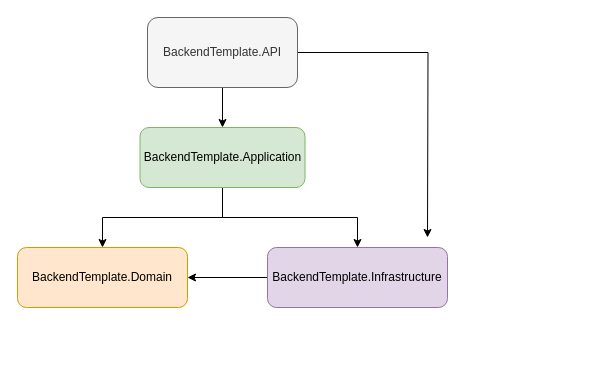
This is dependencyDiagram.drawio from CristianFlaviu/BackendTemplate, a draw.io file, before an edit. Source tidied: cells renumbered, new cells numbered last; positions are measured from the earlier drawing's top-left corner, leaving out a move shared by most shapes. Both pictures are drawn from the tidied source at 100%, with x=0, y=0 at pixel (17, 17).
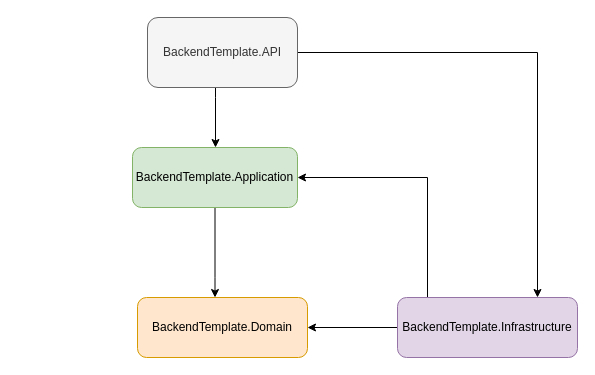
The same diagram, later.

The edit, as a diff of the source:
```diff
@@
 <mxGraphModel>
   <root>
     <mxCell id="0" />
     <mxCell id="1" parent="0" />
     <mxCell id="2" style="edgeStyle=orthogonalEdgeStyle;rounded=0;jettySize=auto;html=1;" parent="1" edge="1" source="4" target="7">
-      <mxGeometry relative="1" as="geometry" />
+      <mxGeometry relative="1" as="geometry">
+        <Array as="points">
+          <mxPoint x="198" y="80" />
+          <mxPoint x="198" y="80" />
+        </Array>
+      </mxGeometry>
     </mxCell>
-    <mxCell id="3" style="edgeStyle=orthogonalEdgeStyle;rounded=0;jettySize=auto;html=1;" parent="1" edge="1" source="4">
+    <mxCell id="3" style="edgeStyle=orthogonalEdgeStyle;rounded=0;jettySize=auto;html=1;" parent="1" edge="1" source="4" target="10">
       <mxGeometry relative="1" as="geometry">
-        <mxPoint x="410" y="220" as="targetPoint" />
+        <Array as="points">
+          <mxPoint x="520" y="35" />
+        </Array>
       </mxGeometry>
     </mxCell>
     <mxCell id="4" value="BackendTemplate.API" style="rounded=1;whiteSpace=wrap;html=1;fontSize=12;glass=0;strokeWidth=1;shadow=0;fillColor=#f5f5f5;fontColor=#333333;strokeColor=#666666;" parent="1" vertex="1">
       <mxGeometry x="130" width="150" height="70" as="geometry" />
     </mxCell>
     <mxCell id="5" style="edgeStyle=orthogonalEdgeStyle;rounded=0;jettySize=auto;html=1;" parent="1" edge="1" source="7" target="8">
-      <mxGeometry relative="1" as="geometry" />
+      <mxGeometry relative="1" as="geometry">
+        <Array as="points">
+          <mxPoint x="198" y="260" />
+          <mxPoint x="198" y="260" />
+        </Array>
+      </mxGeometry>
     </mxCell>
-    <mxCell id="6" style="edgeStyle=orthogonalEdgeStyle;rounded=0;jettySize=auto;html=1;" parent="1" edge="1" source="7" target="10">
-      <mxGeometry relative="1" as="geometry" />
-    </mxCell>
     <mxCell id="7" value="BackendTemplate.Application" style="rounded=1;whiteSpace=wrap;html=1;fontSize=12;glass=0;strokeWidth=1;shadow=0;fillColor=#d5e8d4;strokeColor=#82b366;" parent="1" vertex="1">
-      <mxGeometry x="122.5" y="110" width="165" height="60" as="geometry" />
+      <mxGeometry x="115" y="130" width="165" height="60" as="geometry" />
     </mxCell>
     <mxCell id="8" value="BackendTemplate.Domain" style="rounded=1;whiteSpace=wrap;html=1;fontSize=12;glass=0;strokeWidth=1;shadow=0;fillColor=#ffe6cc;strokeColor=#d79b00;" parent="1" vertex="1">
-      <mxGeometry y="230" width="170" height="60" as="geometry" />
+      <mxGeometry x="120" y="280" width="170" height="60" as="geometry" />
     </mxCell>
     <mxCell id="9" style="edgeStyle=orthogonalEdgeStyle;rounded=0;jettySize=auto;html=1;entryX=1;entryY=0.5;entryDx=0;entryDy=0;" parent="1" edge="1" source="10" target="8">
       <mxGeometry relative="1" as="geometry" />
     </mxCell>
+    <mxCell id="11" style="edgeStyle=orthogonalEdgeStyle;rounded=0;jettySize=auto;html=1;entryX=1;entryY=0.5;entryDx=0;entryDy=0;" parent="1" edge="1" source="10" target="7">
+      <mxGeometry relative="1" as="geometry">
+        <Array as="points">
+          <mxPoint x="410" y="160" />
+        </Array>
+      </mxGeometry>
+    </mxCell>
     <mxCell id="10" value="BackendTemplate.Infrastructure" style="rounded=1;whiteSpace=wrap;html=1;fontSize=12;glass=0;strokeWidth=1;shadow=0;fillColor=#e1d5e7;strokeColor=#9673a6;" parent="1" vertex="1">
-      <mxGeometry x="250" y="230" width="180" height="60" as="geometry" />
+      <mxGeometry x="380" y="280" width="180" height="60" as="geometry" />
     </mxCell>
   </root>
 </mxGraphModel>
```
